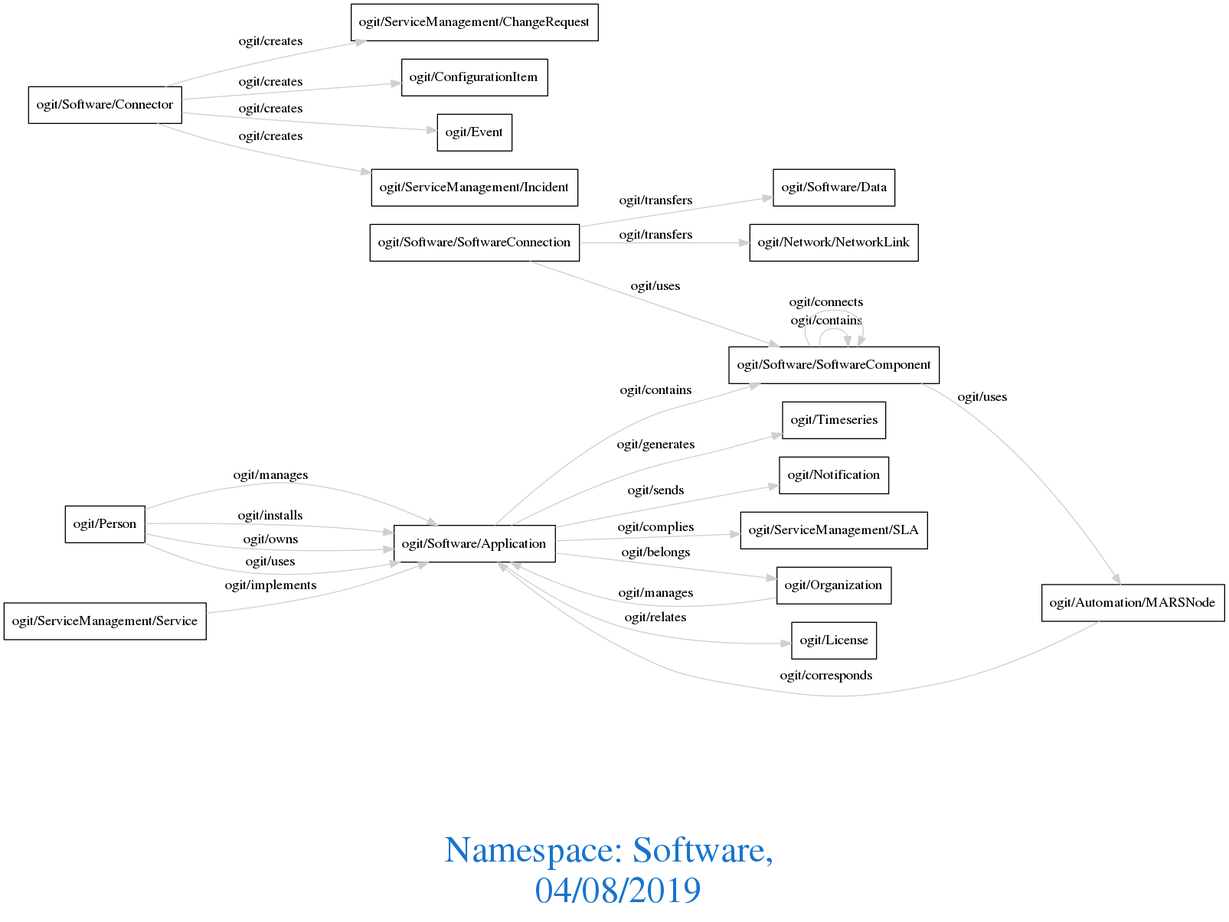
Before: downloads/Software.png, a diagram exported from Graphviz (arago/OGIT). Its source is kept beside it as downloads/Software.dot.
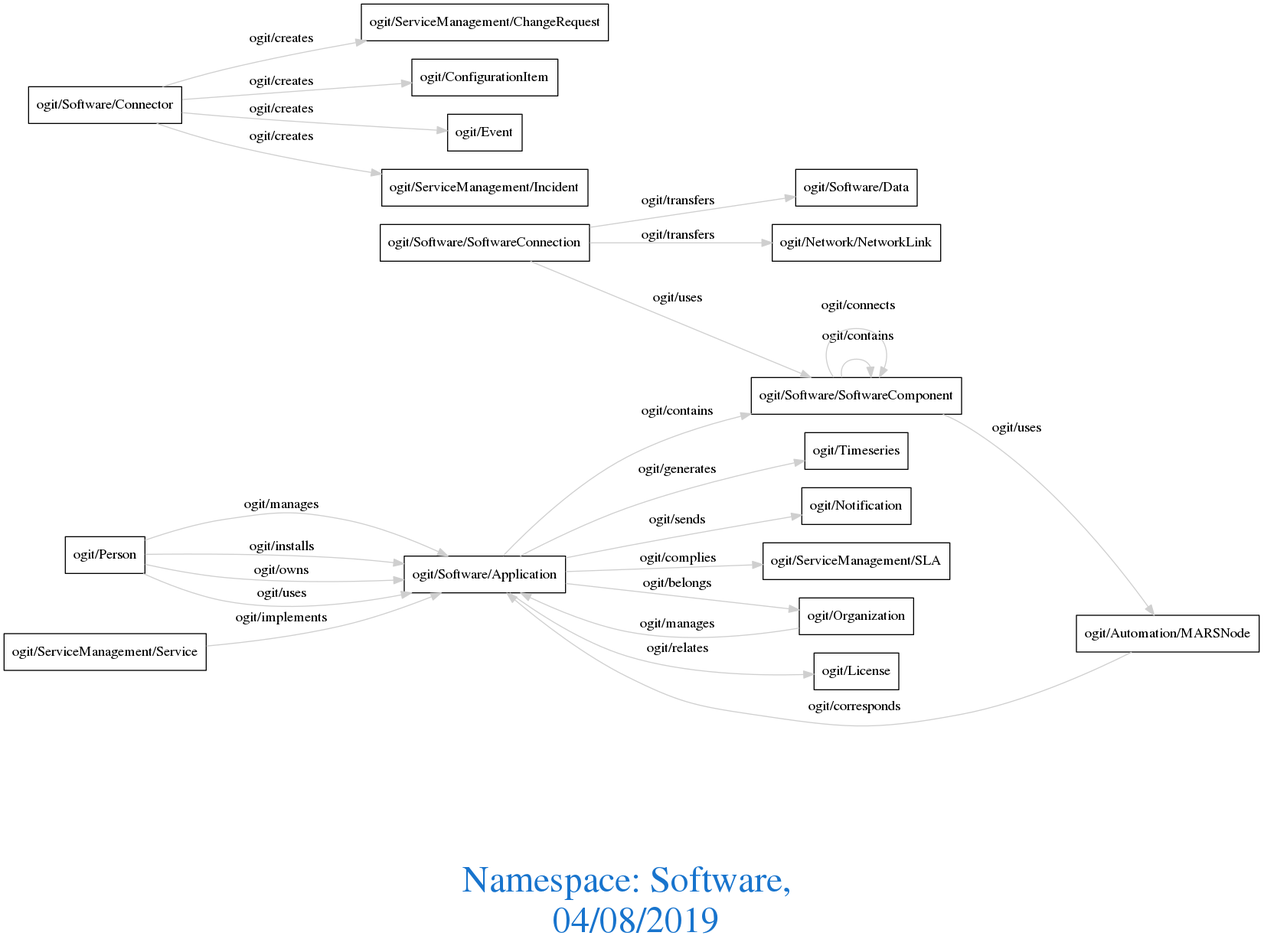
The same diagram one commit later.

Diff of the diagram source:
```diff
@@ -1,30 +1,33 @@
 digraph OGIT_ontology {
- graph [ rankdir= LR,fontsize = 36,
+ graph [ rankdir= LR,compound=true
+fontsize = 36,
 fontcolor= dodgerblue3,label = "\n\n\nNamespace: Software, \n 04/08/2019"];
 node[shape=polygon];
 edge [  color="gray81"];
 
-   "ogit/Software/Application" -> "ogit/Software/SoftwareComponent" [label="ogit/contains    "];
-   "ogit/Software/SoftwareComponent" -> "ogit/Software/SoftwareComponent" [label="ogit/contains    "];
-   "ogit/Organization" -> "ogit/Software/Application" [label="ogit/manages    "];
-   "ogit/Person" -> "ogit/Software/Application" [label="ogit/manages    "];
-   "ogit/Software/Application" -> "ogit/Timeseries" [label="ogit/generates    "];
-   "ogit/Software/Application" -> "ogit/Notification" [label="ogit/sends    "];
-   "ogit/Software/Connector" -> "ogit/ServiceManagement/ChangeRequest" [label="ogit/creates    "];
-   "ogit/Software/Connector" -> "ogit/ConfigurationItem" [label="ogit/creates    "];
-   "ogit/Software/Connector" -> "ogit/Event" [label="ogit/creates    "];
-   "ogit/Software/Connector" -> "ogit/ServiceManagement/Incident" [label="ogit/creates    "];
-   "ogit/Software/Application" -> "ogit/ServiceManagement/SLA" [label="ogit/complies    "];
-   "ogit/Software/SoftwareComponent" -> "ogit/Software/SoftwareComponent" [label="ogit/connects    "];
-   "ogit/Automation/MARSNode" -> "ogit/Software/Application" [label="ogit/corresponds    "];
-   "ogit/Person" -> "ogit/Software/Application" [label="ogit/installs    "];
-   "ogit/Software/SoftwareConnection" -> "ogit/Software/Data" [label="ogit/transfers    "];
-   "ogit/Software/SoftwareConnection" -> "ogit/Network/NetworkLink" [label="ogit/transfers    "];
-   "ogit/ServiceManagement/Service" -> "ogit/Software/Application" [label="ogit/implements    "];
-   "ogit/Person" -> "ogit/Software/Application" [label="ogit/owns    "];
-   "ogit/Software/Application" -> "ogit/Organization" [label="ogit/belongs    "];
-   "ogit/Software/SoftwareComponent" -> "ogit/Automation/MARSNode" [label="ogit/uses    "];
-   "ogit/Software/SoftwareConnection" -> "ogit/Software/SoftwareComponent" [label="ogit/uses    "];
-   "ogit/Person" -> "ogit/Software/Application" [label="ogit/uses    "];
-   "ogit/Software/Application" -> "ogit/License" [label="ogit/relates    "];
+   "ogit/Software/Application" -> "ogit/Software/SoftwareComponent" [label="   ogit/contains    "];
+   "ogit/Software/SoftwareComponent" -> "ogit/Software/SoftwareComponent" [label="   ogit/contains
+  "];
+   "ogit/Organization" -> "ogit/Software/Application" [label="   ogit/manages    "];
+   "ogit/Person" -> "ogit/Software/Application" [label="   ogit/manages    "];
+   "ogit/Software/Application" -> "ogit/Timeseries" [label="   ogit/generates    "];
+   "ogit/Software/Application" -> "ogit/Notification" [label="   ogit/sends    "];
+   "ogit/Software/Connector" -> "ogit/ServiceManagement/ChangeRequest" [label="   ogit/creates    "];
+   "ogit/Software/Connector" -> "ogit/ConfigurationItem" [label="   ogit/creates    "];
+   "ogit/Software/Connector" -> "ogit/Event" [label="   ogit/creates    "];
+   "ogit/Software/Connector" -> "ogit/ServiceManagement/Incident" [label="   ogit/creates    "];
+   "ogit/Software/Application" -> "ogit/ServiceManagement/SLA" [label="   ogit/complies    "];
+   "ogit/Software/SoftwareComponent" -> "ogit/Software/SoftwareComponent" [label="   ogit/connects
+  "];
+   "ogit/Automation/MARSNode" -> "ogit/Software/Application" [label="   ogit/corresponds    "];
+   "ogit/Person" -> "ogit/Software/Application" [label="   ogit/installs    "];
+   "ogit/Software/SoftwareConnection" -> "ogit/Software/Data" [label="   ogit/transfers    "];
+   "ogit/Software/SoftwareConnection" -> "ogit/Network/NetworkLink" [label="   ogit/transfers    "];
+   "ogit/ServiceManagement/Service" -> "ogit/Software/Application" [label="   ogit/implements    "];
+   "ogit/Person" -> "ogit/Software/Application" [label="   ogit/owns    "];
+   "ogit/Software/Application" -> "ogit/Organization" [label="   ogit/belongs    "];
+   "ogit/Software/SoftwareComponent" -> "ogit/Automation/MARSNode" [label="   ogit/uses    "];
+   "ogit/Software/SoftwareConnection" -> "ogit/Software/SoftwareComponent" [label="   ogit/uses    "];
+   "ogit/Person" -> "ogit/Software/Application" [label="   ogit/uses    "];
+   "ogit/Software/Application" -> "ogit/License" [label="   ogit/relates    "];
 }
```
